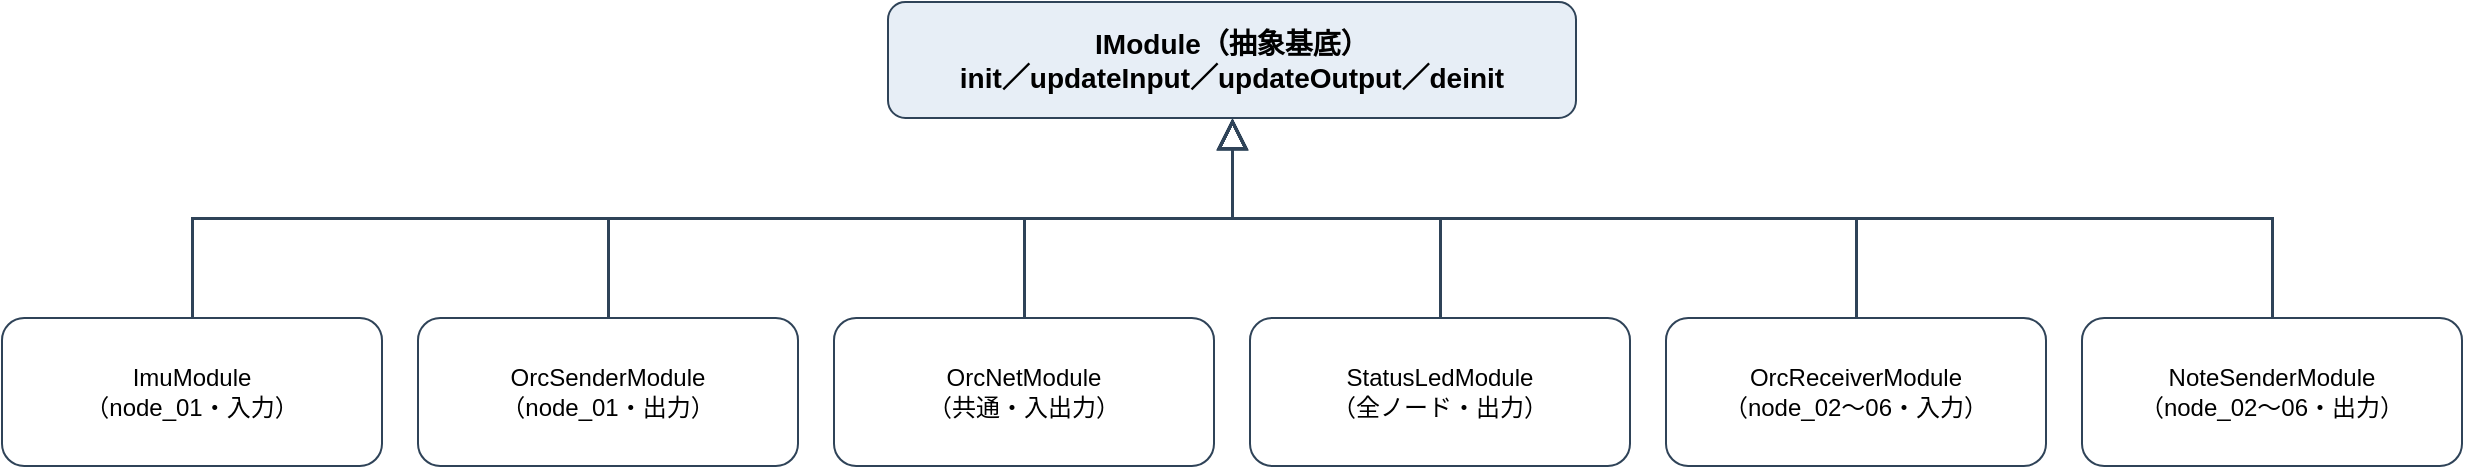
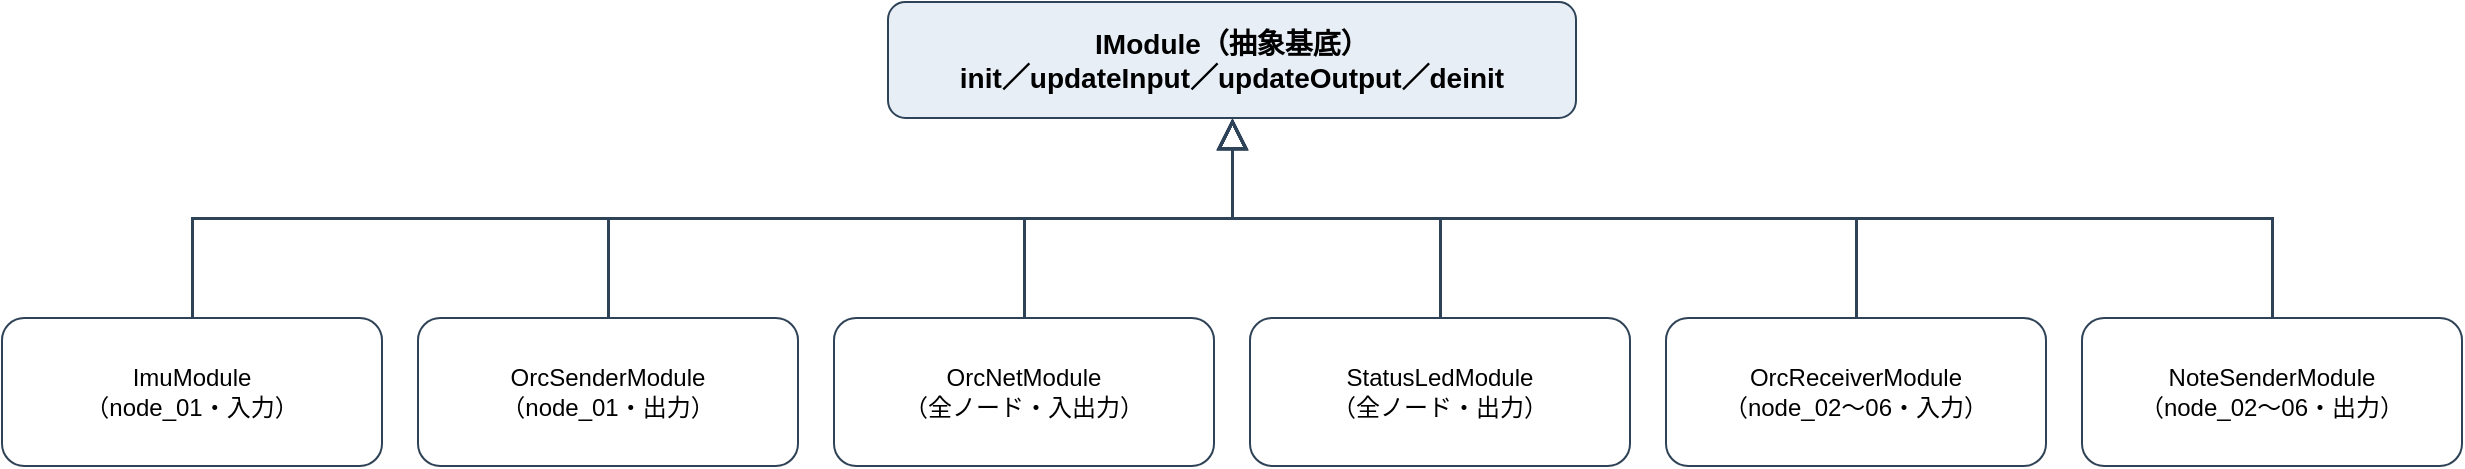
<mxfile host="Claude">
  <diagram id="class-diagram" name="クラス継承図">
    <mxGraphModel dx="1280" dy="320" grid="0" gridSize="10" guides="1" tooltips="1" connect="1" arrows="1" fold="1" page="1" pageScale="1" pageWidth="1280" pageHeight="300" math="0" shadow="0">
      <root>
        <mxCell id="0"/>
        <mxCell id="1" parent="0"/>
        <mxCell id="im" value="IModule（抽象基底）&lt;br&gt;init／updateInput／updateOutput／deinit" style="rounded=1;whiteSpace=wrap;html=1;fillColor=#E7EEF6;strokeColor=#2F4358;fontSize=14;fontStyle=1;verticalAlign=middle;" vertex="1" parent="1"><mxGeometry x="468" y="28" width="344" height="58" as="geometry"/></mxCell>
        <mxCell id="imu" value="ImuModule&lt;br&gt;（node_01・入力）" style="rounded=1;whiteSpace=wrap;html=1;fillColor=#FFFFFF;strokeColor=#2F4358;fontSize=12;verticalAlign=middle;" vertex="1" parent="1"><mxGeometry x="25" y="186" width="190" height="74" as="geometry"/></mxCell>
        <mxCell id="sender" value="OrcSenderModule&lt;br&gt;（node_01・出力）" style="rounded=1;whiteSpace=wrap;html=1;fillColor=#FFFFFF;strokeColor=#2F4358;fontSize=12;verticalAlign=middle;" vertex="1" parent="1"><mxGeometry x="233" y="186" width="190" height="74" as="geometry"/></mxCell>
-         <mxCell id="orcnet" value="OrcNetModule&lt;br&gt;（共通・入出力）" style="rounded=1;whiteSpace=wrap;html=1;fillColor=#FFFFFF;strokeColor=#2F4358;fontSize=12;verticalAlign=middle;" vertex="1" parent="1"><mxGeometry x="441" y="186" width="190" height="74" as="geometry"/></mxCell>
+         <mxCell id="orcnet" value="OrcNetModule&lt;br&gt;（全ノード・入出力）" style="rounded=1;whiteSpace=wrap;html=1;fillColor=#FFFFFF;strokeColor=#2F4358;fontSize=12;verticalAlign=middle;" vertex="1" parent="1"><mxGeometry x="441" y="186" width="190" height="74" as="geometry"/></mxCell>
        <mxCell id="led" value="StatusLedModule&lt;br&gt;（全ノード・出力）" style="rounded=1;whiteSpace=wrap;html=1;fillColor=#FFFFFF;strokeColor=#2F4358;fontSize=12;verticalAlign=middle;" vertex="1" parent="1"><mxGeometry x="649" y="186" width="190" height="74" as="geometry"/></mxCell>
        <mxCell id="recv" value="OrcReceiverModule&lt;br&gt;（node_02〜06・入力）" style="rounded=1;whiteSpace=wrap;html=1;fillColor=#FFFFFF;strokeColor=#2F4358;fontSize=12;verticalAlign=middle;" vertex="1" parent="1"><mxGeometry x="857" y="186" width="190" height="74" as="geometry"/></mxCell>
        <mxCell id="note" value="NoteSenderModule&lt;br&gt;（node_02〜06・出力）" style="rounded=1;whiteSpace=wrap;html=1;fillColor=#FFFFFF;strokeColor=#2F4358;fontSize=12;verticalAlign=middle;" vertex="1" parent="1"><mxGeometry x="1065" y="186" width="190" height="74" as="geometry"/></mxCell>
        <mxCell id="i_imu" style="edgeStyle=orthogonalEdgeStyle;rounded=0;html=1;endArrow=block;endFill=0;endSize=12;strokeColor=#2F4358;strokeWidth=1.5;exitX=0.5;exitY=0;entryX=0.5;entryY=1;" edge="1" parent="1" source="imu" target="im"><mxGeometry relative="1" as="geometry"/></mxCell>
        <mxCell id="i_sender" style="edgeStyle=orthogonalEdgeStyle;rounded=0;html=1;endArrow=block;endFill=0;endSize=12;strokeColor=#2F4358;strokeWidth=1.5;exitX=0.5;exitY=0;entryX=0.5;entryY=1;" edge="1" parent="1" source="sender" target="im"><mxGeometry relative="1" as="geometry"/></mxCell>
        <mxCell id="i_orcnet" style="edgeStyle=orthogonalEdgeStyle;rounded=0;html=1;endArrow=block;endFill=0;endSize=12;strokeColor=#2F4358;strokeWidth=1.5;exitX=0.5;exitY=0;entryX=0.5;entryY=1;" edge="1" parent="1" source="orcnet" target="im"><mxGeometry relative="1" as="geometry"/></mxCell>
        <mxCell id="i_led" style="edgeStyle=orthogonalEdgeStyle;rounded=0;html=1;endArrow=block;endFill=0;endSize=12;strokeColor=#2F4358;strokeWidth=1.5;exitX=0.5;exitY=0;entryX=0.5;entryY=1;" edge="1" parent="1" source="led" target="im"><mxGeometry relative="1" as="geometry"/></mxCell>
        <mxCell id="i_recv" style="edgeStyle=orthogonalEdgeStyle;rounded=0;html=1;endArrow=block;endFill=0;endSize=12;strokeColor=#2F4358;strokeWidth=1.5;exitX=0.5;exitY=0;entryX=0.5;entryY=1;" edge="1" parent="1" source="recv" target="im"><mxGeometry relative="1" as="geometry"/></mxCell>
        <mxCell id="i_note" style="edgeStyle=orthogonalEdgeStyle;rounded=0;html=1;endArrow=block;endFill=0;endSize=12;strokeColor=#2F4358;strokeWidth=1.5;exitX=0.5;exitY=0;entryX=0.5;entryY=1;" edge="1" parent="1" source="note" target="im"><mxGeometry relative="1" as="geometry"/></mxCell>
      </root>
    </mxGraphModel>
  </diagram>
</mxfile>
